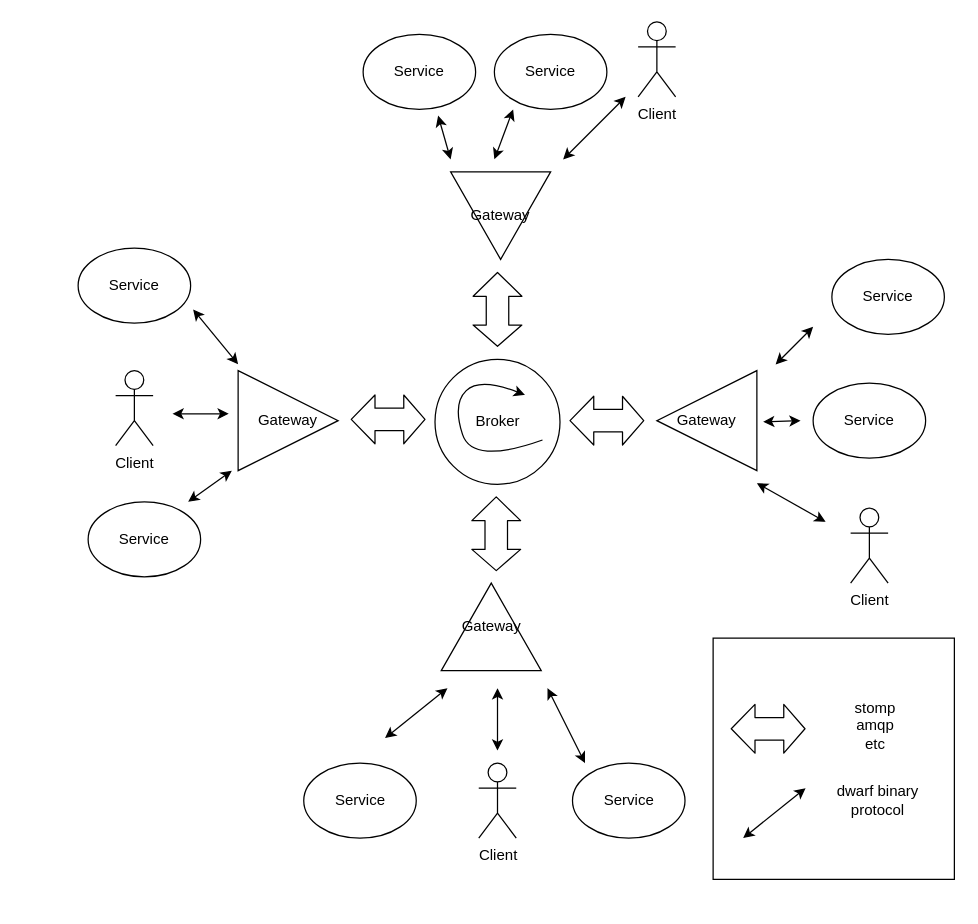
YaroslavGaponov/reddwarf keeps this draw.io diagram as _resource/dwarf.drawio. Above is the earlier version. Source tidied: cells renumbered, new cells numbered last; positions are measured from the earlier drawing's top-left corner, leaving out a move shared by most shapes. Both pictures are drawn from the tidied source at 125%, with x=0, y=0 at pixel (78, 21).
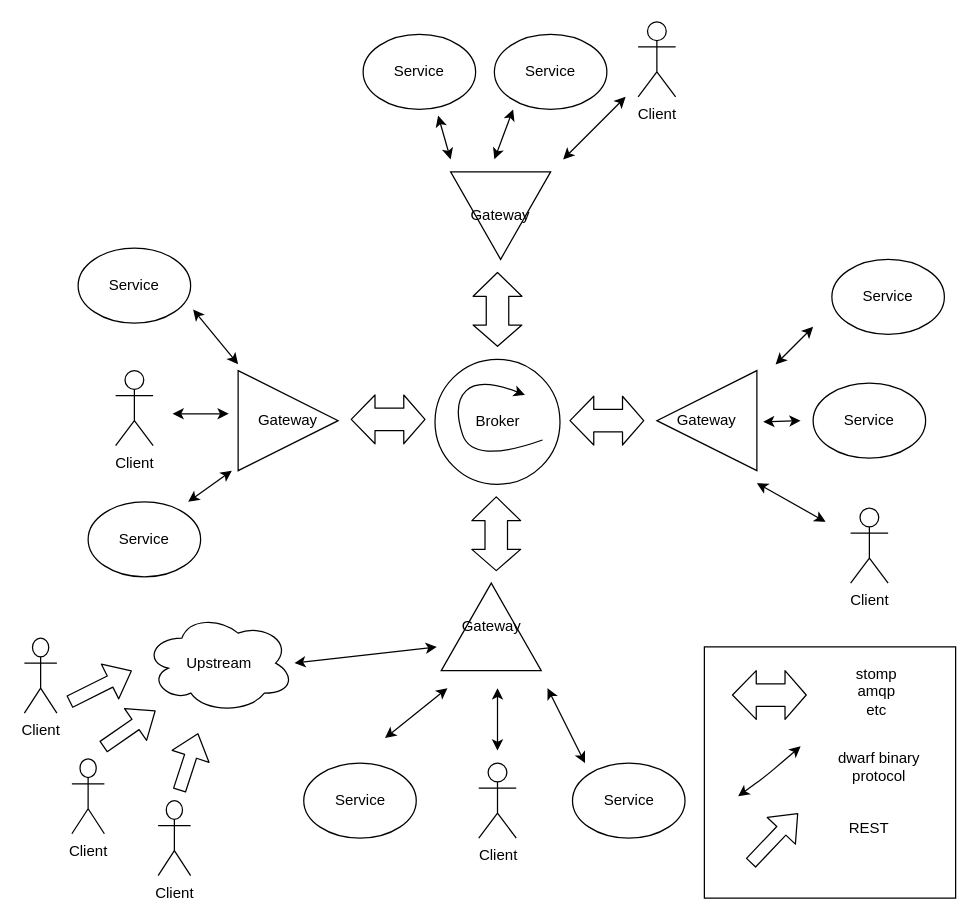
The same diagram, later.

The edit, as a diff of the source:
```diff
@@
     <mxCell id="35" style="shape=flexArrow;endArrow=classic;startArrow=classic;html=1;width=18;endSize=5.33;" parent="1" edge="1">
       <mxGeometry relative="1" as="geometry">
-        <mxPoint x="522" y="565.5" as="sourcePoint" />
-        <mxPoint x="582" y="565.5" as="targetPoint" />
+        <mxPoint x="523" y="538.5" as="sourcePoint" />
+        <mxPoint x="583" y="538.5" as="targetPoint" />
       </mxGeometry>
     </mxCell>
     <mxCell id="36" style="endArrow=classic;startArrow=classic;html=1;" parent="1" edge="1">
       <mxGeometry relative="1" as="geometry">
-        <mxPoint x="532" y="653" as="sourcePoint" />
-        <mxPoint x="582" y="613" as="targetPoint" />
+        <mxPoint x="528" y="619.5" as="sourcePoint" />
+        <mxPoint x="578" y="579.5" as="targetPoint" />
+        <Array as="points">
+          <mxPoint x="550" y="603.5" />
+        </Array>
       </mxGeometry>
     </mxCell>
     <mxCell id="37" value="stomp amqp&lt;br&gt;etc" style="text;html=1;strokeColor=none;fillColor=none;align=center;verticalAlign=middle;whiteSpace=wrap;rounded=0;" parent="1" vertex="1">
-      <mxGeometry x="618" y="553" width="40" height="20" as="geometry" />
+      <mxGeometry x="619" y="526" width="40" height="20" as="geometry" />
     </mxCell>
     <mxCell id="38" value="dwarf binary protocol" style="text;html=1;strokeColor=none;fillColor=none;align=center;verticalAlign=middle;whiteSpace=wrap;rounded=0;" parent="1" vertex="1">
-      <mxGeometry x="588" y="613" width="104" height="20" as="geometry" />
+      <mxGeometry x="589" y="586" width="104" height="20" as="geometry" />
     </mxCell>
     <mxCell id="39" style="whiteSpace=wrap;html=1;fillColor=none;" parent="1" vertex="1">
-      <mxGeometry x="508" y="493" width="193" height="193" as="geometry" />
+      <mxGeometry x="501" y="500" width="201" height="201" as="geometry" />
     </mxCell>
@@
+    <mxCell id="41" value="Upstream" style="ellipse;shape=cloud;whiteSpace=wrap;html=1;fillColor=none;" parent="1" vertex="1">
+      <mxGeometry x="53" y="473" width="120" height="80" as="geometry" />
+    </mxCell>
+    <mxCell id="42" style="endArrow=classic;startArrow=classic;html=1;" parent="1" edge="1">
+      <mxGeometry relative="1" as="geometry">
+        <mxPoint x="173" y="513" as="sourcePoint" />
+        <mxPoint x="287" y="500" as="targetPoint" />
+      </mxGeometry>
+    </mxCell>
+    <mxCell id="43" value="Client" style="shape=umlActor;verticalLabelPosition=bottom;labelBackgroundColor=#ffffff;verticalAlign=top;html=1;" parent="1" vertex="1">
+      <mxGeometry x="-43" y="493" width="26" height="60" as="geometry" />
+    </mxCell>
+    <mxCell id="44" value="Client" style="shape=umlActor;verticalLabelPosition=bottom;labelBackgroundColor=#ffffff;verticalAlign=top;html=1;" parent="1" vertex="1">
+      <mxGeometry x="-5" y="589.5" width="26" height="60" as="geometry" />
+    </mxCell>
+    <mxCell id="45" value="Client" style="shape=umlActor;verticalLabelPosition=bottom;labelBackgroundColor=#ffffff;verticalAlign=top;html=1;" parent="1" vertex="1">
+      <mxGeometry x="64" y="623" width="26" height="60" as="geometry" />
+    </mxCell>
+    <mxCell id="46" style="shape=flexArrow;endArrow=classic;html=1;" parent="1" edge="1">
+      <mxGeometry relative="1" as="geometry">
+        <mxPoint x="-7" y="544" as="sourcePoint" />
+        <mxPoint x="43" y="519" as="targetPoint" />
+      </mxGeometry>
+    </mxCell>
+    <mxCell id="47" style="shape=flexArrow;endArrow=classic;html=1;" parent="1" edge="1">
+      <mxGeometry relative="1" as="geometry">
+        <mxPoint x="20" y="580" as="sourcePoint" />
+        <mxPoint x="62" y="551" as="targetPoint" />
+      </mxGeometry>
+    </mxCell>
+    <mxCell id="48" style="shape=flexArrow;endArrow=classic;html=1;" parent="1" edge="1">
+      <mxGeometry relative="1" as="geometry">
+        <mxPoint x="81" y="615" as="sourcePoint" />
+        <mxPoint x="96" y="569" as="targetPoint" />
+      </mxGeometry>
+    </mxCell>
+    <mxCell id="49" style="shape=flexArrow;endArrow=classic;html=1;" parent="1" edge="1">
+      <mxGeometry relative="1" as="geometry">
+        <mxPoint x="538" y="673" as="sourcePoint" />
+        <mxPoint x="576" y="633" as="targetPoint" />
+      </mxGeometry>
+    </mxCell>
+    <mxCell id="50" value="REST" style="text;html=1;strokeColor=none;fillColor=none;align=center;verticalAlign=middle;whiteSpace=wrap;rounded=0;" parent="1" vertex="1">
+      <mxGeometry x="613" y="634.5" width="40" height="20" as="geometry" />
+    </mxCell>
```
